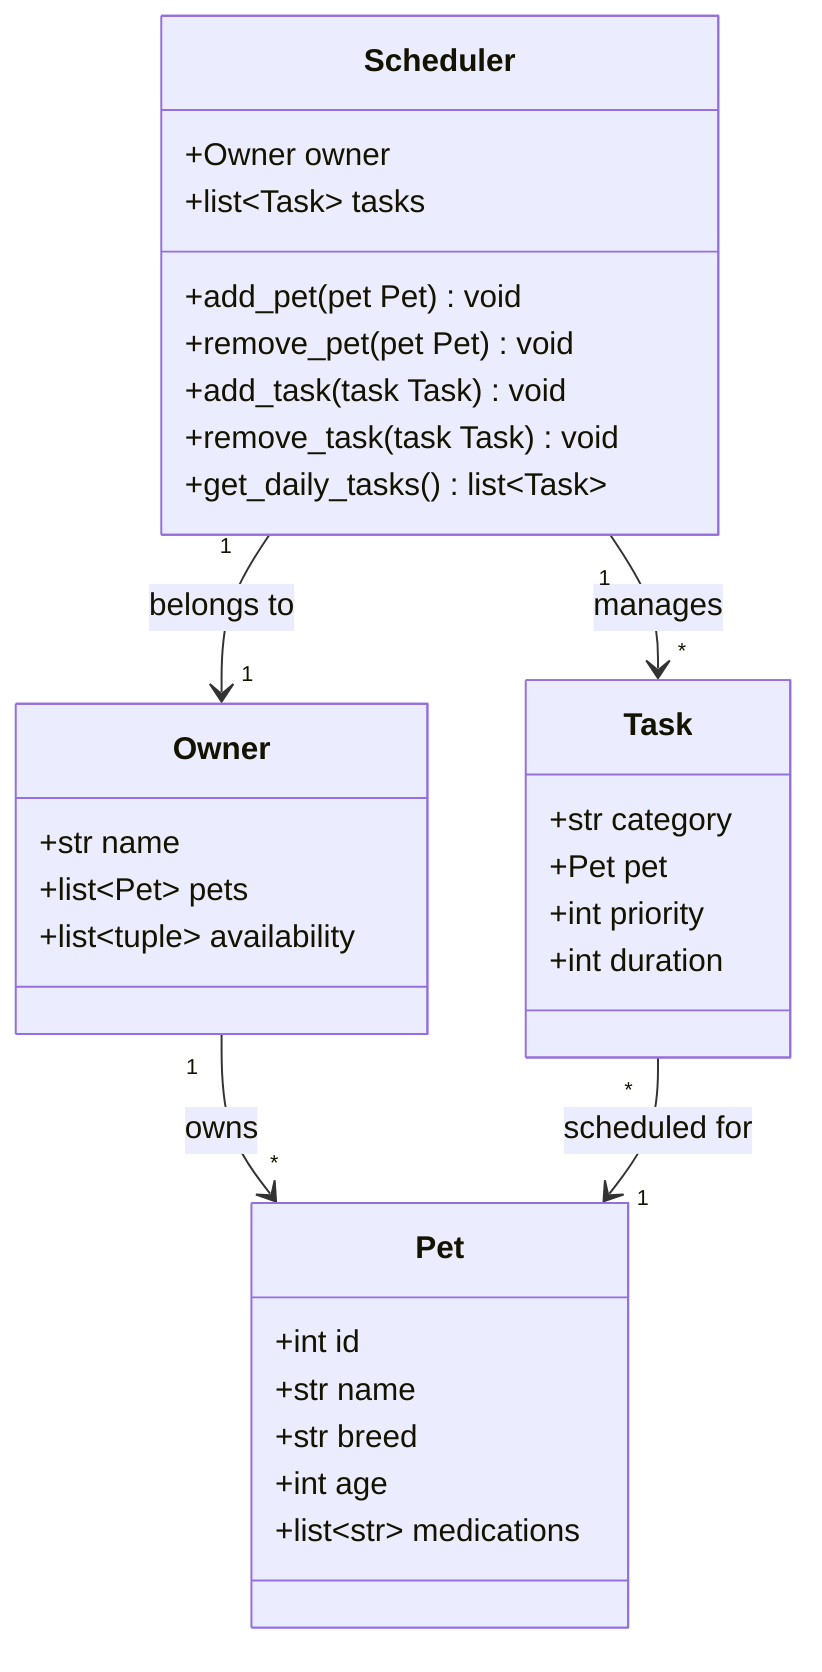
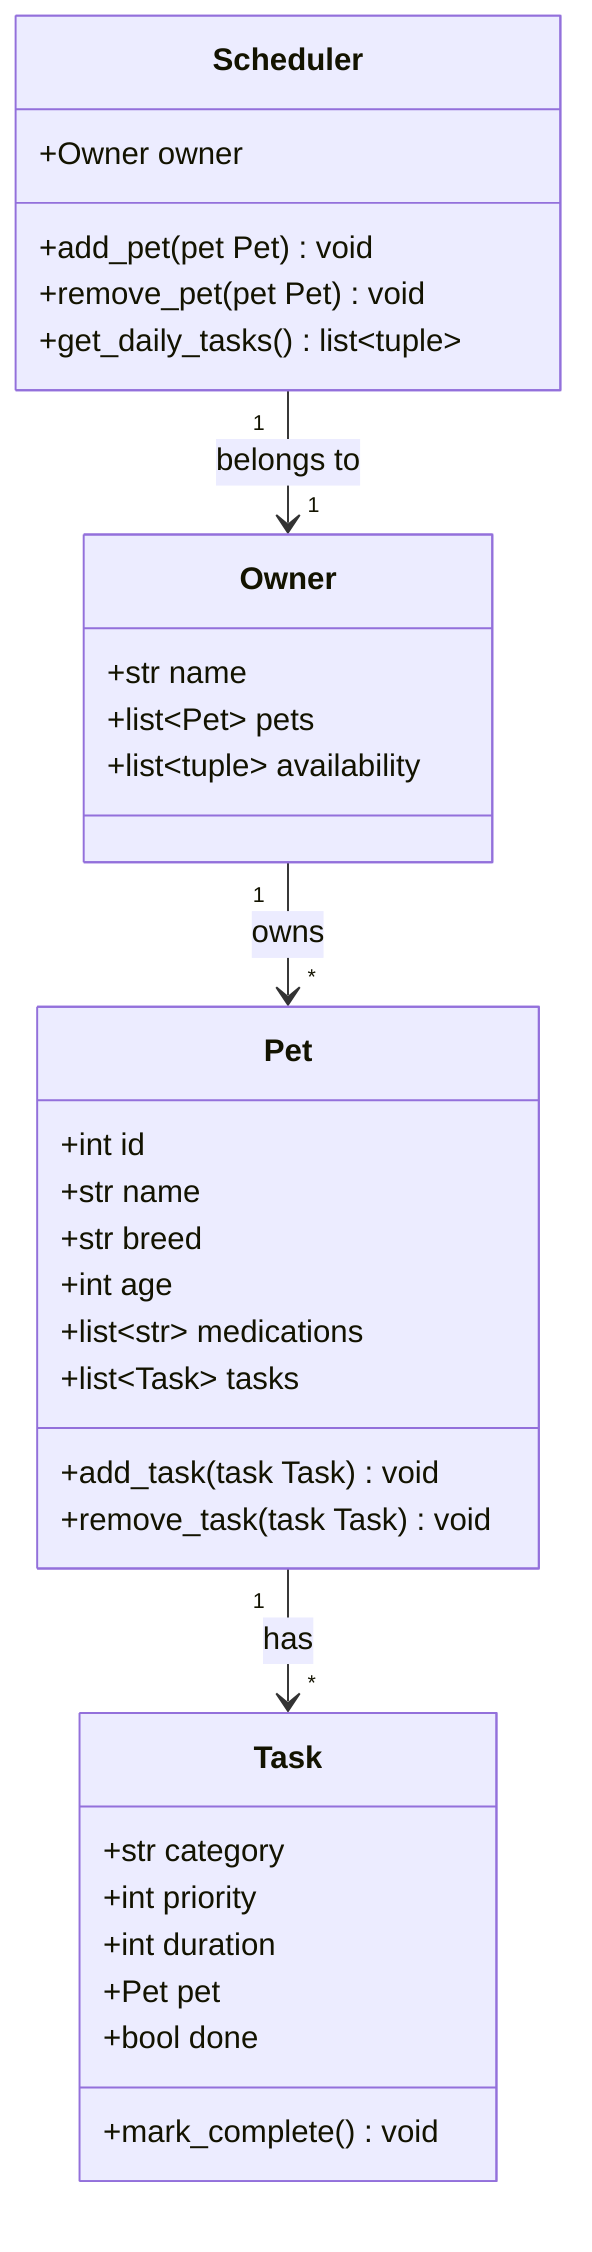
classDiagram
    class Owner {
        +str name
        +list~Pet~ pets
        +list~tuple~ availability
    }

    class Pet {
        +int id
        +str name
        +str breed
        +int age
        +list~str~ medications
+         +list~Task~ tasks
+         +add_task(task Task) void
+         +remove_task(task Task) void
    }

    class Task {
        +str category
-         +Pet pet
        +int priority
        +int duration
+         +Pet pet
+         +bool done
+         +mark_complete() void
    }

    class Scheduler {
        +Owner owner
-         +list~Task~ tasks
        +add_pet(pet Pet) void
        +remove_pet(pet Pet) void
-         +add_task(task Task) void
-         +remove_task(task Task) void
-         +get_daily_tasks() list~Task~
+         +get_daily_tasks() list~tuple~
    }

    Owner "1" --> "*" Pet : owns
    Scheduler "1" --> "1" Owner : belongs to
-     Task "*" --> "1" Pet : scheduled for
-     Scheduler "1" --> "*" Task : manages
+     Pet "1" --> "*" Task : has
